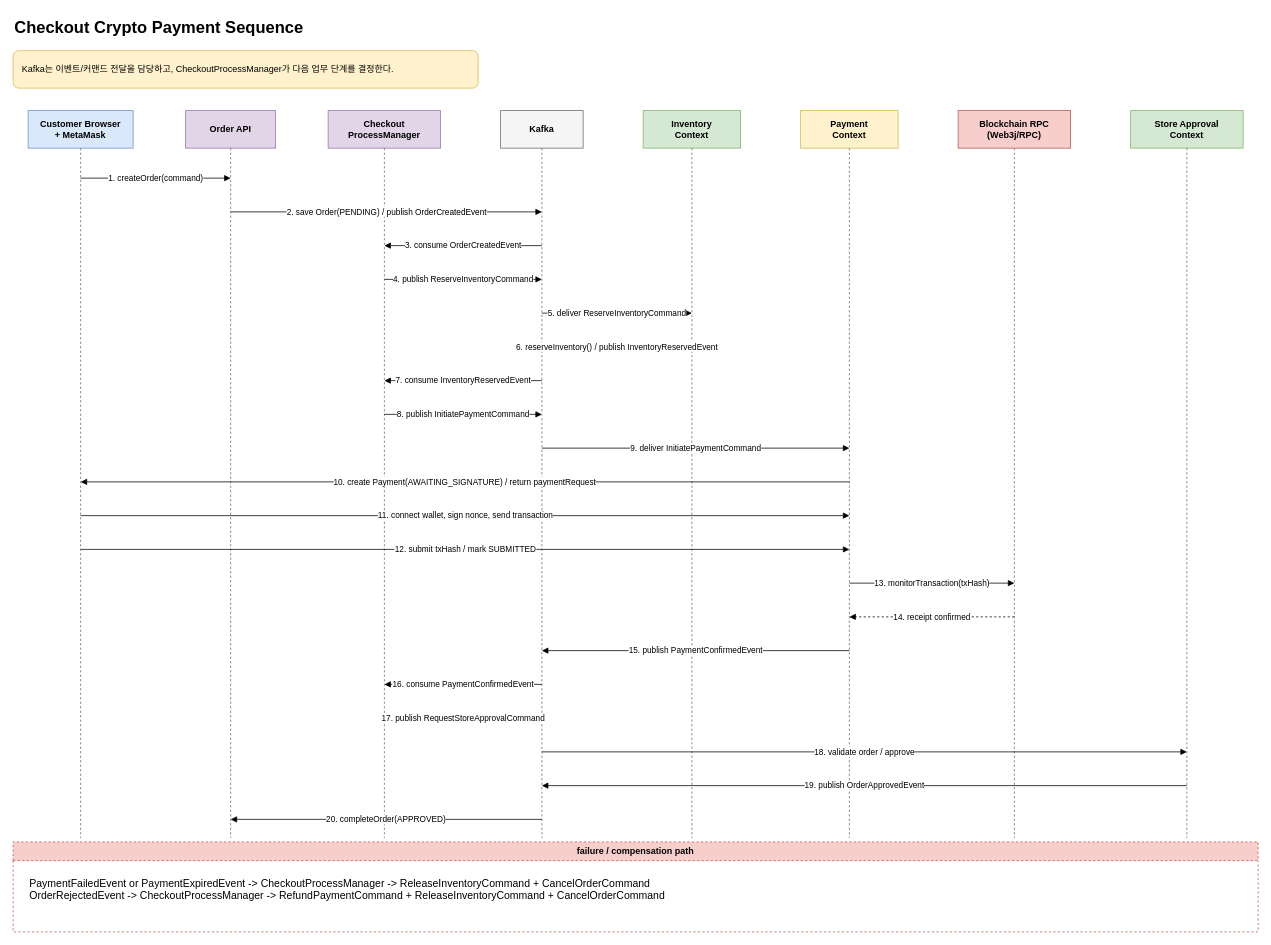
cryscham123/token_payments keeps this draw.io diagram as page "Checkout Payment Sequence" (2 of 3) of diagram/DDD.drawio. Above is the earlier version. Source tidied: cells renumbered, new cells numbered last; positions are measured from the earlier drawing's top-left corner, leaving out a move shared by most shapes. Both pictures are drawn from the tidied source at 75%, with x=0, y=0 at pixel (13, 13).
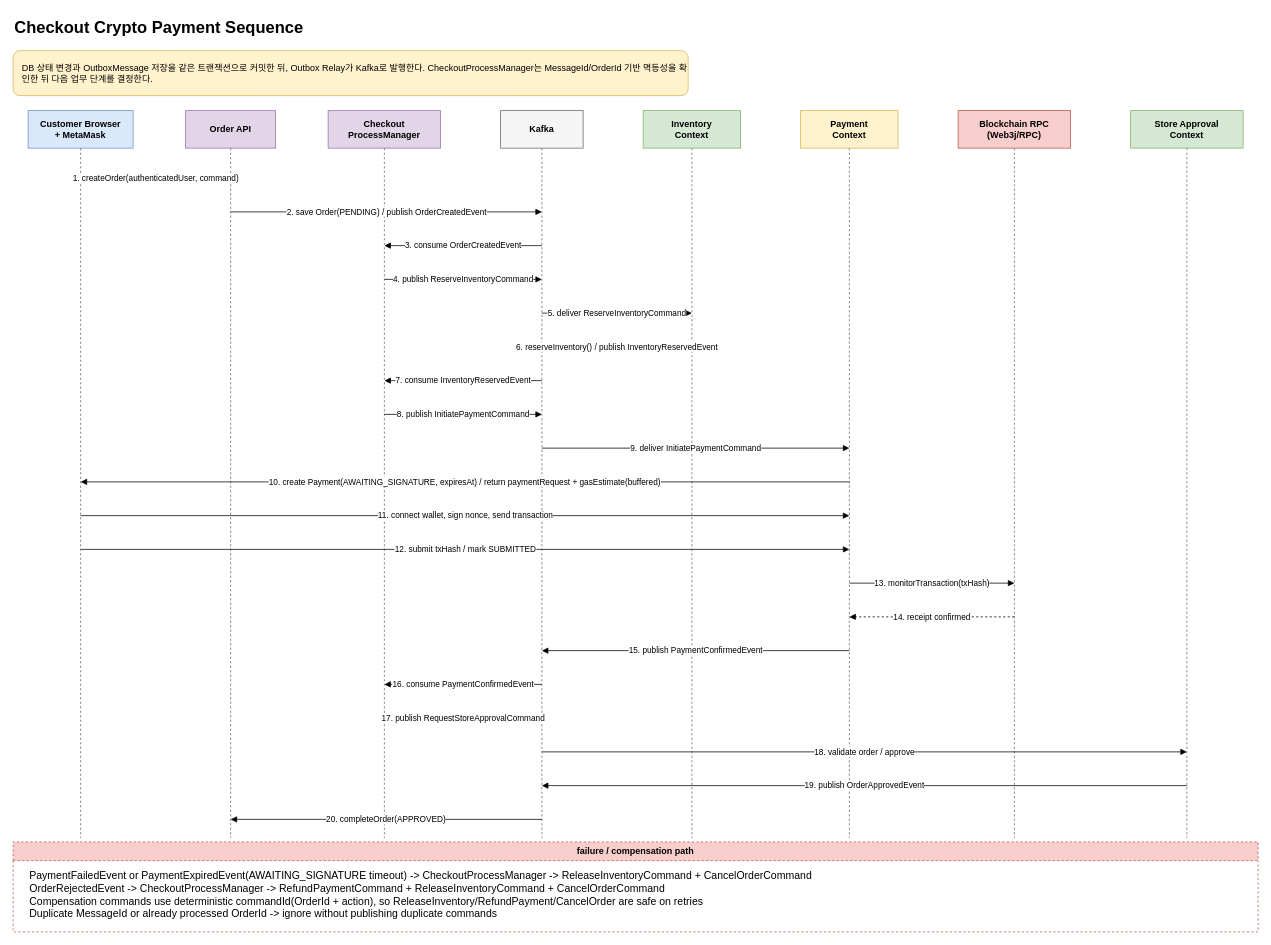
Above is the later version.

Unchanged cells that the change refers to:
```xml
<mxCell id="40" value="failure / compensation path" style="swimlane;whiteSpace=wrap;html=1;startSize=25;fillColor=#f8cecc;strokeColor=#b85450;dashed=1;fontStyle=1;" parent="1" vertex="1">
  <mxGeometry y="1105" width="1660" height="120" as="geometry" />
</mxCell>
```

Diff of the diagram source:
```diff
@@
-    <mxCell id="3" value="Kafka는 이벤트/커맨드 전달을 담당하고, CheckoutProcessManager가 다음 업무 단계를 결정한다." style="rounded=1;whiteSpace=wrap;html=1;fillColor=#fff2cc;strokeColor=#d6b656;align=left;spacingLeft=10;" parent="1" vertex="1">
-      <mxGeometry y="50" width="620" height="50" as="geometry" />
+    <mxCell id="3" value="DB 상태 변경과 OutboxMessage 저장을 같은 트랜잭션으로 커밋한 뒤, Outbox Relay가 Kafka로 발행한다. CheckoutProcessManager는 MessageId/OrderId 기반 멱등성을 확인한 뒤 다음 업무 단계를 결정한다." style="rounded=1;whiteSpace=wrap;html=1;fillColor=#fff2cc;strokeColor=#d6b656;align=left;spacingLeft=10;" parent="1" vertex="1">
+      <mxGeometry y="50" width="900" height="60" as="geometry" />
     </mxCell>
@@
-    <mxCell id="20" value="1. createOrder(command)" style="endArrow=block;html=1;rounded=0;" parent="1" edge="1">
+    <mxCell id="20" value="1. createOrder(authenticatedUser, command)" style="endArrow=block;html=1;rounded=0;" parent="1" edge="1">
       <mxGeometry relative="1" as="geometry">
         <mxPoint x="90" y="220" as="sourcePoint" />
         <mxPoint x="290" y="220" as="targetPoint" />
       </mxGeometry>
     </mxCell>
@@
-    <mxCell id="29" value="10. create Payment(AWAITING_SIGNATURE) / return paymentRequest" style="endArrow=block;html=1;rounded=0;" parent="1" edge="1">
+    <mxCell id="29" value="10. create Payment(AWAITING_SIGNATURE, expiresAt) / return paymentRequest + gasEstimate(buffered)" style="endArrow=block;html=1;rounded=0;" parent="1" edge="1">
       <mxGeometry relative="1" as="geometry">
         <mxPoint x="1115" y="625" as="sourcePoint" />
         <mxPoint x="90" y="625" as="targetPoint" />
       </mxGeometry>
     </mxCell>
@@
-    <mxCell id="41" value="PaymentFailedEvent or PaymentExpiredEvent -&gt; CheckoutProcessManager -&gt; ReleaseInventoryCommand + CancelOrderCommand&lt;br&gt;OrderRejectedEvent -&gt; CheckoutProcessManager -&gt; RefundPaymentCommand + ReleaseInventoryCommand + CancelOrderCommand" style="text;html=1;strokeColor=none;fillColor=none;align=left;verticalAlign=top;whiteSpace=wrap;fontSize=14;" parent="40" vertex="1">
-      <mxGeometry x="20" y="40" width="1520" height="60" as="geometry" />
+    <mxCell id="41" value="PaymentFailedEvent or PaymentExpiredEvent(AWAITING_SIGNATURE timeout) -&gt; CheckoutProcessManager -&gt; ReleaseInventoryCommand + CancelOrderCommand&lt;br&gt;OrderRejectedEvent -&gt; CheckoutProcessManager -&gt; RefundPaymentCommand + ReleaseInventoryCommand + CancelOrderCommand&lt;br&gt;Compensation commands use deterministic commandId(OrderId + action), so ReleaseInventory/RefundPayment/CancelOrder are safe on retries&lt;br&gt;Duplicate MessageId or already processed OrderId -&gt; ignore without publishing duplicate commands" style="text;html=1;strokeColor=none;fillColor=none;align=left;verticalAlign=top;whiteSpace=wrap;fontSize=14;" parent="40" vertex="1">
+      <mxGeometry x="20" y="30" width="1580" height="85" as="geometry" />
     </mxCell>
```
